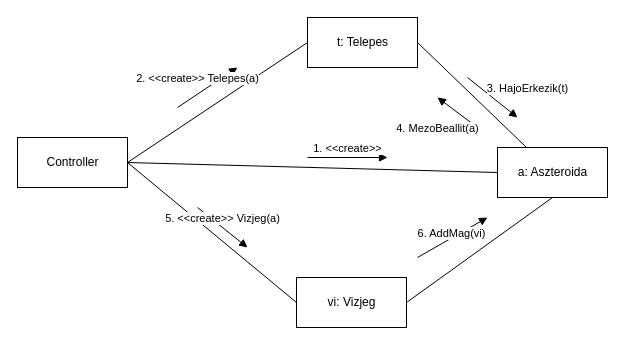
Before: page "vizjeg" (2 of 4) of doc/kommunikacio/kom_TelepesBanyasz.drawio in torpeBoiGo/aszteroidabanyaszat, a draw.io diagram. Source tidied: cells renumbered, new cells numbered last; positions are measured from the earlier drawing's top-left corner, leaving out a move shared by most shapes. Both pictures are drawn from the tidied source at 100%, with x=0, y=0 at pixel (17, 17).
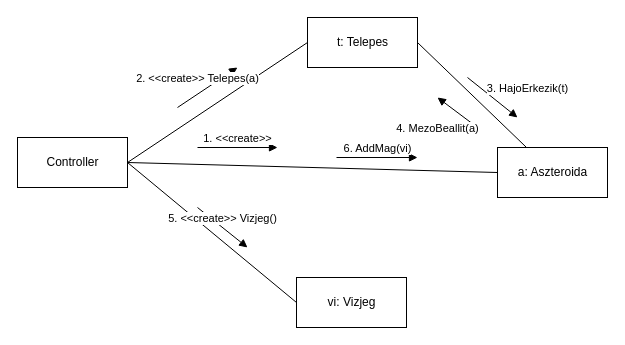
The same diagram, later.

The change refers to these unchanged cells:
```xml
<mxCell id="4" value="a: Aszteroida" style="html=1;" parent="1" vertex="1">
  <mxGeometry x="480" y="130" width="110" height="50" as="geometry" />
</mxCell>
<mxCell id="12" value="vi: Vizjeg" style="html=1;" parent="1" vertex="1">
  <mxGeometry x="279" y="260" width="110" height="50" as="geometry" />
</mxCell>
```

Diff of the diagram source:
```diff
@@
     <mxCell id="7" value="1. &amp;lt;&amp;lt;create&amp;gt;&amp;gt;" style="html=1;verticalAlign=bottom;endArrow=block;" parent="1" edge="1">
       <mxGeometry relative="1" as="geometry">
-        <mxPoint x="290" y="140" as="sourcePoint" />
-        <mxPoint x="370" y="140" as="targetPoint" />
+        <mxPoint x="180" y="130" as="sourcePoint" />
+        <mxPoint x="260" y="130" as="targetPoint" />
       </mxGeometry>
     </mxCell>
@@
-    <mxCell id="14" style="endArrow=none;html=1;exitX=1;exitY=0.5;exitDx=0;exitDy=0;entryX=0.5;entryY=1;entryDx=0;entryDy=0;" parent="1" edge="1" source="12" target="4">
-      <mxGeometry relative="1" as="geometry" />
-    </mxCell>
-    <mxCell id="15" value="5. &amp;lt;&amp;lt;create&amp;gt;&amp;gt; Vizjeg(a)" style="html=1;verticalAlign=bottom;endArrow=block;" parent="1" edge="1">
+    <mxCell id="15" value="5. &amp;lt;&amp;lt;create&amp;gt;&amp;gt; Vizjeg()" style="html=1;verticalAlign=bottom;endArrow=block;" parent="1" edge="1">
       <mxGeometry relative="1" as="geometry">
         <mxPoint x="180" y="190" as="sourcePoint" />
         <mxPoint x="230" y="230" as="targetPoint" />
       </mxGeometry>
     </mxCell>
     <mxCell id="16" value="6. AddMag(vi)" style="html=1;verticalAlign=bottom;endArrow=block;" parent="1" edge="1">
-      <mxGeometry x="-0.07" y="-4" relative="1" as="geometry">
-        <mxPoint x="400" y="240" as="sourcePoint" />
-        <mxPoint x="470" y="200" as="targetPoint" />
+      <mxGeometry x="0.01" relative="1" as="geometry">
+        <mxPoint x="319" y="140" as="sourcePoint" />
+        <mxPoint x="400" y="140" as="targetPoint" />
       </mxGeometry>
     </mxCell>
```
